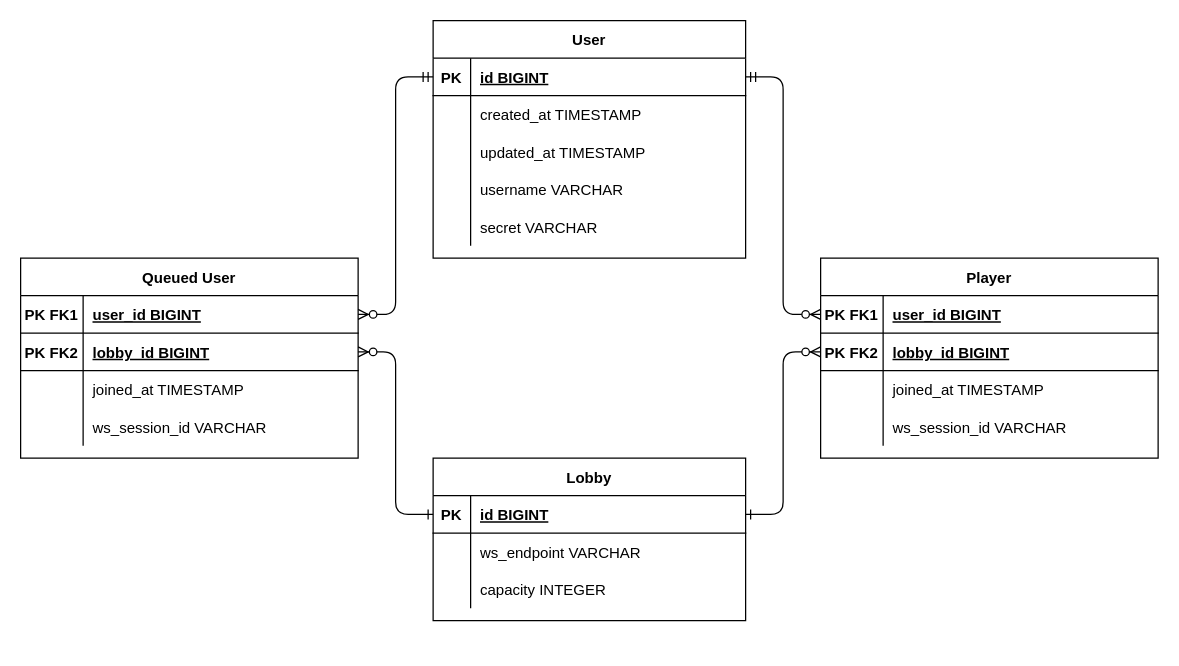
Above: docs/ER.drawio in ggtoth/SnakeGame (draw.io), before the change. Source tidied: cells renumbered, new cells numbered last; positions are measured from the earlier drawing's top-left corner, leaving out a move shared by most shapes. Both pictures are drawn from the tidied source at 125%, with x=0, y=0 at pixel (20, 20).
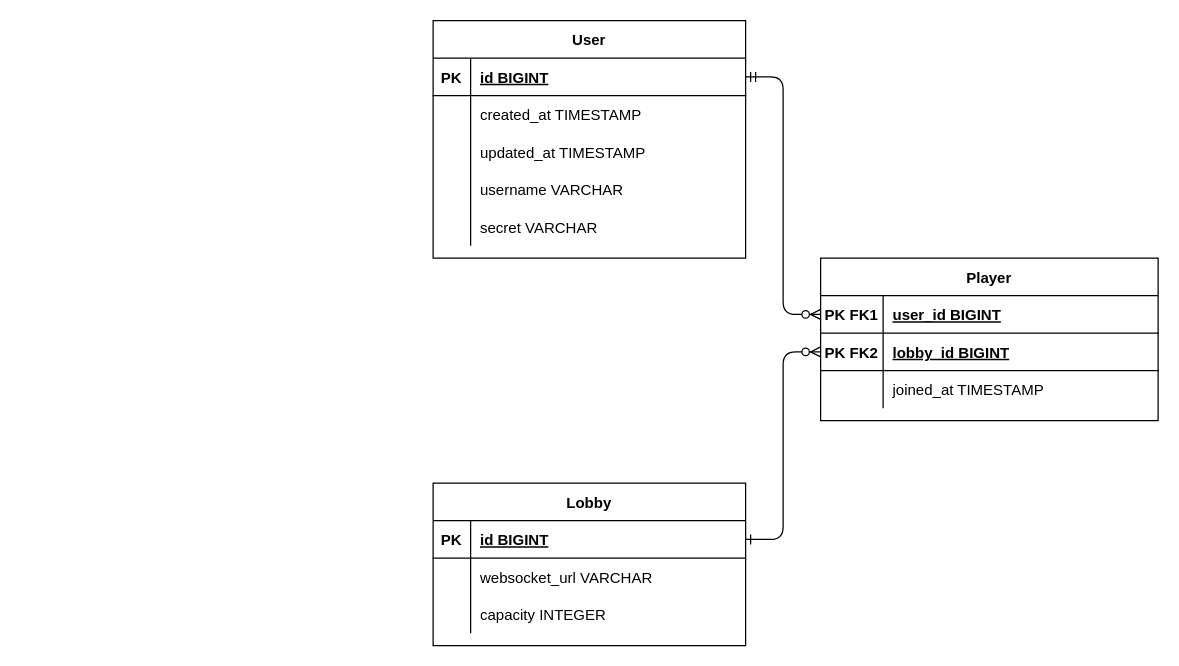
Above is the later version.

The change refers to these unchanged cells:
```xml
<mxCell id="18" style="shape=partialRectangle;fillColor=none;points=[[0,0.5],[1,0.5]];portConstraint=eastwest;top=0;left=0;right=0;bottom=1;" parent="17" vertex="1">
  <mxGeometry y="30" width="250" height="30" as="geometry" />
</mxCell>
<mxCell id="34" style="shape=partialRectangle;fillColor=none;points=[[0,0.5],[1,0.5]];portConstraint=eastwest;top=0;left=0;right=0;bottom=1;" parent="33" vertex="1">
  <mxGeometry y="30" width="250" height="30" as="geometry" />
</mxCell>
<mxCell id="37" style="shape=partialRectangle;fillColor=none;top=0;left=0;right=0;bottom=0;" parent="33" vertex="1">
  <mxGeometry y="60" width="250" height="30" as="geometry" />
</mxCell>
```

What changed in the source:
```diff
@@
     <mxCell id="4" value="Player" style="shape=table;startSize=30;childLayout=tableLayout;rowLines=0;fontStyle=1;align=center;" parent="1" vertex="1">
-      <mxGeometry x="640" y="190" width="270" height="160" as="geometry" />
+      <mxGeometry x="640" y="190" width="270" height="130" as="geometry" />
     </mxCell>
@@
-    <mxCell id="14" style="shape=partialRectangle;fillColor=none;top=0;left=0;right=0;bottom=0;" parent="4" vertex="1">
-      <mxGeometry y="120" width="270" height="30" as="geometry" />
-    </mxCell>
-    <mxCell id="15" style="shape=partialRectangle;overflow=hidden;fillColor=none;top=0;left=0;bottom=0;right=0;" parent="14" vertex="1">
-      <mxGeometry width="50" height="30" as="geometry" />
-    </mxCell>
-    <mxCell id="16" value="ws_session_id VARCHAR" style="shape=partialRectangle;overflow=hidden;fillColor=none;top=0;left=0;bottom=0;right=0;align=left;spacingLeft=6;" parent="14" vertex="1">
-      <mxGeometry x="50" width="220" height="30" as="geometry" />
-    </mxCell>
@@
     <mxCell id="33" value="Lobby" style="shape=table;startSize=30;childLayout=tableLayout;rowLines=0;fontStyle=1;align=center;" parent="1" vertex="1">
-      <mxGeometry x="330" y="350" width="250" height="130" as="geometry" />
+      <mxGeometry x="330" y="370" width="250" height="130" as="geometry" />
     </mxCell>
@@
-    <mxCell id="39" value="ws_endpoint VARCHAR" style="shape=partialRectangle;overflow=hidden;fillColor=none;top=0;left=0;bottom=0;right=0;align=left;spacingLeft=6;" parent="37" vertex="1">
+    <mxCell id="39" value="websocket_url VARCHAR" style="shape=partialRectangle;overflow=hidden;fillColor=none;top=0;left=0;bottom=0;right=0;align=left;spacingLeft=6;" parent="37" vertex="1">
       <mxGeometry x="30" width="220" height="30" as="geometry" />
     </mxCell>
@@
-    <mxCell id="43" value="Queued User" style="shape=table;startSize=30;childLayout=tableLayout;rowLines=0;fontStyle=1;align=center;" parent="1" vertex="1">
-      <mxGeometry y="190" width="270" height="160" as="geometry" />
-    </mxCell>
-    <mxCell id="44" style="shape=partialRectangle;fillColor=none;points=[[0,0.5],[1,0.5]];portConstraint=eastwest;top=0;left=0;right=0;bottom=1;" parent="43" vertex="1">
-      <mxGeometry y="30" width="270" height="30" as="geometry" />
-    </mxCell>
-    <mxCell id="45" value="PK FK1" style="shape=partialRectangle;overflow=hidden;fillColor=none;top=0;left=0;bottom=0;right=0;fontStyle=1;" parent="44" vertex="1">
-      <mxGeometry width="50" height="30" as="geometry" />
-    </mxCell>
-    <mxCell id="46" value="user_id BIGINT" style="shape=partialRectangle;overflow=hidden;fillColor=none;top=0;left=0;bottom=0;right=0;align=left;spacingLeft=6;fontStyle=5;" parent="44" vertex="1">
-      <mxGeometry x="50" width="220" height="30" as="geometry" />
-    </mxCell>
-    <mxCell id="47" style="shape=partialRectangle;fillColor=none;points=[[0,0.5],[1,0.5]];portConstraint=eastwest;top=0;left=0;right=0;bottom=1;" parent="43" vertex="1">
-      <mxGeometry y="60" width="270" height="30" as="geometry" />
-    </mxCell>
-    <mxCell id="48" value="PK FK2" style="shape=partialRectangle;overflow=hidden;fillColor=none;top=0;left=0;bottom=0;right=0;fontStyle=1;" parent="47" vertex="1">
-      <mxGeometry width="50" height="30" as="geometry" />
-    </mxCell>
-    <mxCell id="49" value="lobby_id BIGINT" style="shape=partialRectangle;overflow=hidden;fillColor=none;top=0;left=0;bottom=0;right=0;align=left;spacingLeft=6;fontStyle=5;" parent="47" vertex="1">
-      <mxGeometry x="50" width="220" height="30" as="geometry" />
-    </mxCell>
-    <mxCell id="50" style="shape=partialRectangle;fillColor=none;top=0;left=0;right=0;bottom=0;" parent="43" vertex="1">
-      <mxGeometry y="90" width="270" height="30" as="geometry" />
-    </mxCell>
-    <mxCell id="51" style="shape=partialRectangle;overflow=hidden;fillColor=none;top=0;left=0;bottom=0;right=0;" parent="50" vertex="1">
-      <mxGeometry width="50" height="30" as="geometry" />
-    </mxCell>
-    <mxCell id="52" value="joined_at TIMESTAMP" style="shape=partialRectangle;overflow=hidden;fillColor=none;top=0;left=0;bottom=0;right=0;align=left;spacingLeft=6;" parent="50" vertex="1">
-      <mxGeometry x="50" width="220" height="30" as="geometry" />
-    </mxCell>
-    <mxCell id="53" style="shape=partialRectangle;fillColor=none;top=0;left=0;right=0;bottom=0;" parent="43" vertex="1">
-      <mxGeometry y="120" width="270" height="30" as="geometry" />
-    </mxCell>
-    <mxCell id="54" style="shape=partialRectangle;overflow=hidden;fillColor=none;top=0;left=0;bottom=0;right=0;" parent="53" vertex="1">
-      <mxGeometry width="50" height="30" as="geometry" />
-    </mxCell>
-    <mxCell id="55" value="ws_session_id VARCHAR" style="shape=partialRectangle;overflow=hidden;fillColor=none;top=0;left=0;bottom=0;right=0;align=left;spacingLeft=6;" parent="53" vertex="1">
-      <mxGeometry x="50" width="220" height="30" as="geometry" />
-    </mxCell>
-    <mxCell id="56" style="edgeStyle=entityRelationEdgeStyle;endArrow=ERzeroToMany;startArrow=ERone;endFill=1;startFill=0;" parent="1" edge="1" source="34" target="47">
-      <mxGeometry relative="1" as="geometry" />
-    </mxCell>
-    <mxCell id="57" style="edgeStyle=entityRelationEdgeStyle;endArrow=ERzeroToMany;startArrow=ERmandOne;endFill=1;startFill=0;" parent="1" edge="1" source="18" target="44">
-      <mxGeometry relative="1" as="geometry" />
-    </mxCell>
```
